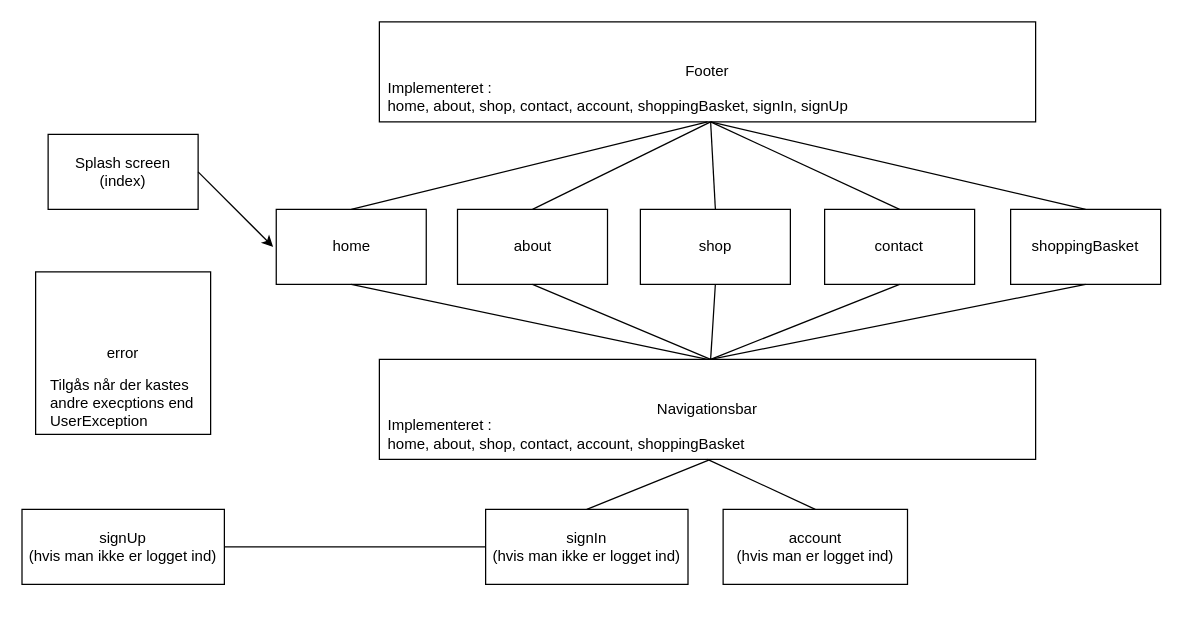
The draw.io diagram Report/Diagrams/navigation_diagram/navigationDiagram.drawio in Philippe16/CupcakeProject, before the edit. Source tidied: cells renumbered, new cells numbered last; positions are measured from the earlier drawing's top-left corner, leaving out a move shared by most shapes. Both pictures are drawn from the tidied source at 125%, with x=0, y=0 at pixel (21, 21).
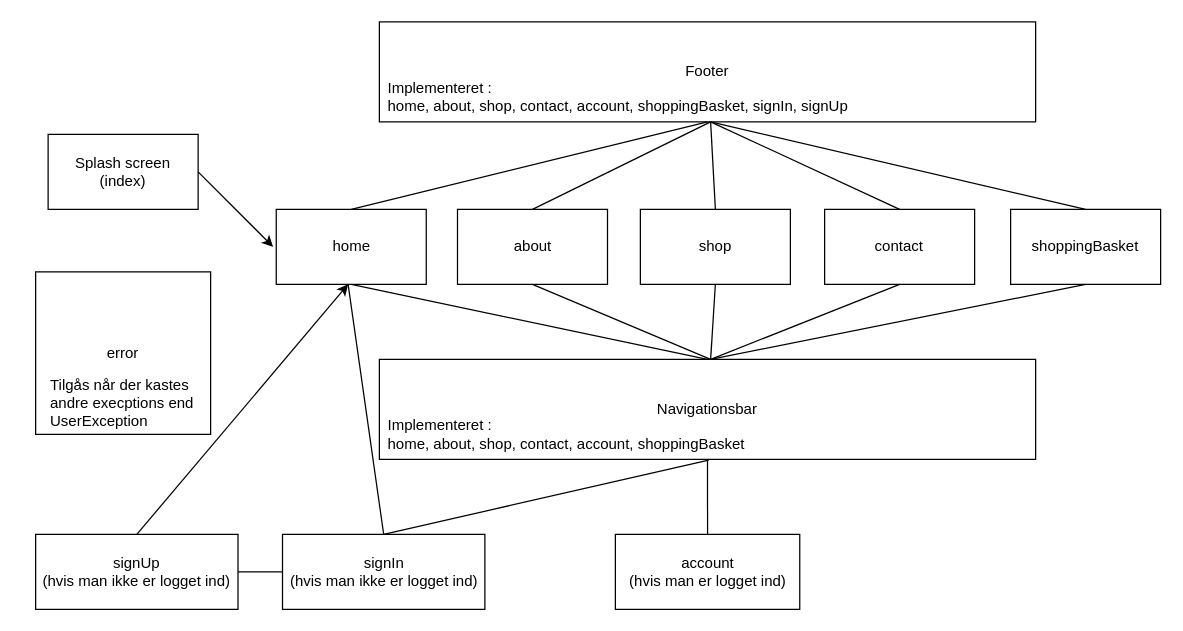
After the change.

Change to the diagram source:
```diff
@@
     <mxCell id="17" value="account&lt;br&gt;(hvis man er logget ind)" style="rounded=0;whiteSpace=wrap;html=1;" parent="1" vertex="1">
-      <mxGeometry x="561" y="390" width="147.5" height="60" as="geometry" />
+      <mxGeometry x="474.8" y="410" width="147.5" height="60" as="geometry" />
     </mxCell>
@@
     <mxCell id="28" value="signIn&lt;br&gt;(hvis man ikke er logget ind)" style="rounded=0;whiteSpace=wrap;html=1;" parent="1" vertex="1">
-      <mxGeometry x="371" y="390" width="161.9" height="60" as="geometry" />
+      <mxGeometry x="208.5" y="410" width="161.9" height="60" as="geometry" />
     </mxCell>
@@
     <mxCell id="30" value="signUp&lt;br&gt;(hvis man ikke er logget ind)" style="rounded=0;whiteSpace=wrap;html=1;" parent="1" vertex="1">
-      <mxGeometry x="0.1" y="390" width="161.9" height="60" as="geometry" />
+      <mxGeometry x="11" y="410" width="161.9" height="60" as="geometry" />
     </mxCell>
+    <mxCell id="31" style="endArrow=none;html=1;rounded=0;exitX=0.5;exitY=0;exitDx=0;exitDy=0;" parent="1" edge="1" source="28">
+      <mxGeometry relative="1" as="geometry">
+        <mxPoint x="261" y="210" as="targetPoint" />
+      </mxGeometry>
+    </mxCell>
+    <mxCell id="32" style="endArrow=classic;html=1;rounded=0;exitX=0.5;exitY=0;exitDx=0;exitDy=0;" parent="1" edge="1" source="30">
+      <mxGeometry relative="1" as="geometry">
+        <mxPoint x="261" y="210" as="targetPoint" />
+      </mxGeometry>
+    </mxCell>
```
